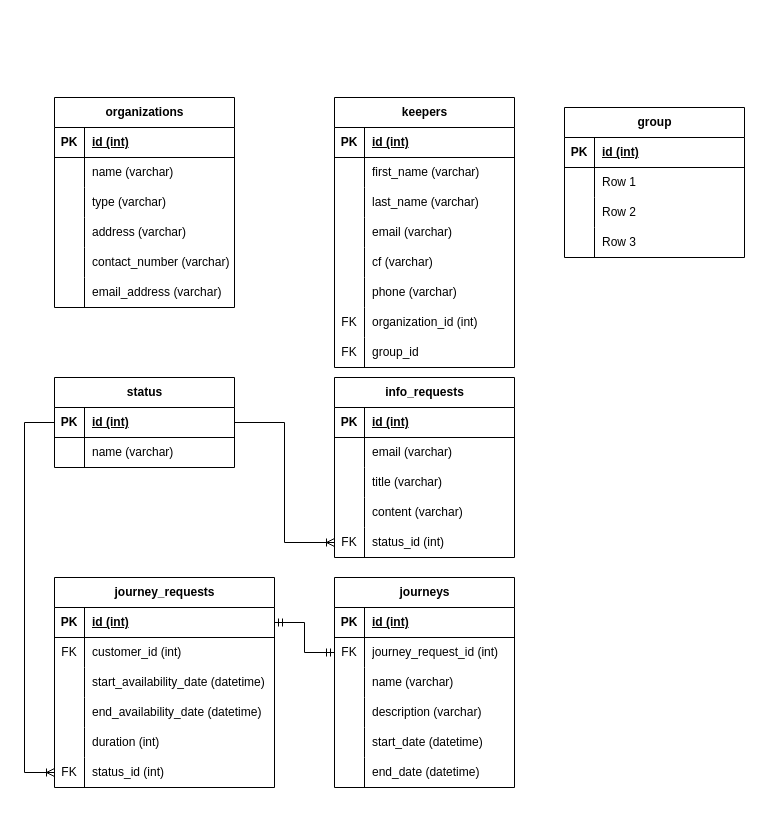
MauroPacenti/CC-Education keeps this draw.io diagram as documentation/backend/blueprints/database/CC-Education.drawio. Above is the earlier version. Source tidied: cells renumbered, new cells numbered last; positions are measured from the earlier drawing's top-left corner, leaving out a move shared by most shapes. Both pictures are drawn from the tidied source at 100%, with x=0, y=0 at pixel (24, 97).
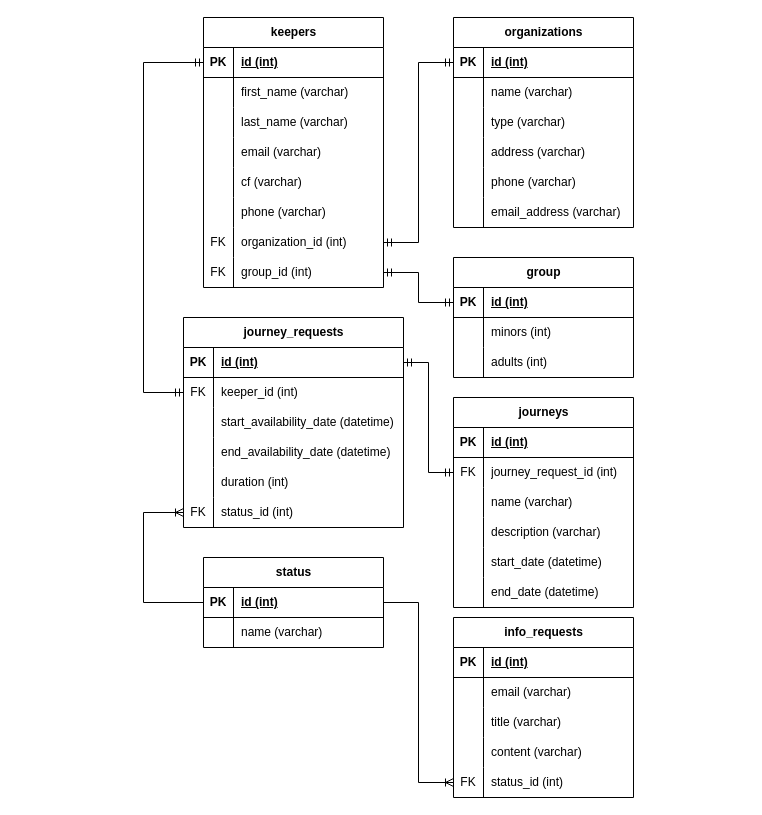
After the change.

Commit message:
Database blueprint CC-Education ready to prototype

The change refers to these unchanged cells:
```xml
<mxCell id="22" style="shape=tableRow;horizontal=0;startSize=0;swimlaneHead=0;swimlaneBody=0;fillColor=none;points=[[0,0.5],[1,0.5]];portConstraint=eastwest;top=0;left=0;right=0;bottom=1;" parent="21" vertex="1">
  <mxGeometry y="30" width="180" height="30" as="geometry" />
</mxCell>
<mxCell id="34" style="shape=tableRow;horizontal=0;startSize=0;swimlaneHead=0;swimlaneBody=0;fillColor=none;top=0;left=0;right=0;bottom=0;" parent="21" vertex="1">
  <mxGeometry y="150" width="180" height="30" as="geometry" />
</mxCell>
<mxCell id="57" style="shape=tableRow;horizontal=0;startSize=0;swimlaneHead=0;swimlaneBody=0;fillColor=none;points=[[0,0.5],[1,0.5]];portConstraint=eastwest;top=0;left=0;right=0;bottom=1;" parent="56" vertex="1">
  <mxGeometry y="30" width="180" height="30" as="geometry" />
</mxCell>
<mxCell id="75" style="shape=tableRow;horizontal=0;startSize=0;swimlaneHead=0;swimlaneBody=0;fillColor=none;points=[[0,0.5],[1,0.5]];portConstraint=eastwest;top=0;left=0;right=0;bottom=0;" parent="56" vertex="1">
  <mxGeometry y="210" width="180" height="30" as="geometry" />
</mxCell>
<mxCell id="78" style="shape=tableRow;horizontal=0;startSize=0;swimlaneHead=0;swimlaneBody=0;fillColor=none;points=[[0,0.5],[1,0.5]];portConstraint=eastwest;top=0;left=0;right=0;bottom=0;" parent="56" vertex="1">
  <mxGeometry y="240" width="180" height="30" as="geometry" />
</mxCell>
<mxCell id="85" style="shape=tableRow;horizontal=0;startSize=0;swimlaneHead=0;swimlaneBody=0;fillColor=none;points=[[0,0.5],[1,0.5]];portConstraint=eastwest;top=0;left=0;right=0;bottom=0;" parent="81" vertex="1">
  <mxGeometry y="60" width="220" height="30" as="geometry" />
</mxCell>
<mxCell id="97" style="shape=tableRow;horizontal=0;startSize=0;swimlaneHead=0;swimlaneBody=0;fillColor=none;points=[[0,0.5],[1,0.5]];portConstraint=eastwest;top=0;left=0;right=0;bottom=0;" parent="81" vertex="1">
  <mxGeometry y="180" width="220" height="30" as="geometry" />
</mxCell>
<mxCell id="101" style="shape=tableRow;horizontal=0;startSize=0;swimlaneHead=0;swimlaneBody=0;fillColor=none;points=[[0,0.5],[1,0.5]];portConstraint=eastwest;top=0;left=0;right=0;bottom=1;" parent="100" vertex="1">
  <mxGeometry y="30" width="180" height="30" as="geometry" />
</mxCell>
<mxCell id="111" style="shape=tableRow;horizontal=0;startSize=0;swimlaneHead=0;swimlaneBody=0;fillColor=none;points=[[0,0.5],[1,0.5]];portConstraint=eastwest;top=0;left=0;right=0;bottom=1;" parent="110" vertex="1">
  <mxGeometry y="30" width="180" height="30" as="geometry" />
</mxCell>
<mxCell id="114" style="shape=tableRow;horizontal=0;startSize=0;swimlaneHead=0;swimlaneBody=0;fillColor=none;top=0;left=0;right=0;bottom=0;" parent="110" vertex="1">
  <mxGeometry y="60" width="180" height="30" as="geometry" />
</mxCell>
<mxCell id="117" style="shape=tableRow;horizontal=0;startSize=0;swimlaneHead=0;swimlaneBody=0;fillColor=none;top=0;left=0;right=0;bottom=0;" parent="110" vertex="1">
  <mxGeometry y="90" width="180" height="30" as="geometry" />
</mxCell>
```

What changed in the source:
```diff
@@
     <mxCell id="2" value="journeys" style="shape=table;startSize=30;childLayout=tableLayout;rowLines=0;fontStyle=1;align=center;html=1;" parent="1" vertex="1">
-      <mxGeometry x="310" y="480" width="180" height="210" as="geometry" />
+      <mxGeometry x="429" y="300" width="180" height="210" as="geometry" />
     </mxCell>
@@
     <mxCell id="21" value="organizations" style="shape=table;startSize=30;childLayout=tableLayout;rowLines=0;fontStyle=1;align=center;html=1;" parent="1" vertex="1">
-      <mxGeometry x="30" width="180" height="210" as="geometry" />
+      <mxGeometry x="429" y="-80" width="180" height="210" as="geometry" />
     </mxCell>
@@
-    <mxCell id="36" value="contact_number (varchar)" style="shape=partialRectangle;fillColor=none;top=0;left=0;bottom=0;right=0;align=left;spacingLeft=6;overflow=hidden;whiteSpace=wrap;html=1;" parent="34" vertex="1">
+    <mxCell id="36" value="phone (varchar)" style="shape=partialRectangle;fillColor=none;top=0;left=0;bottom=0;right=0;align=left;spacingLeft=6;overflow=hidden;whiteSpace=wrap;html=1;" parent="34" vertex="1">
       <mxGeometry x="30" width="150" height="30" as="geometry" />
     </mxCell>
@@
     <mxCell id="40" value="info_requests" style="shape=table;startSize=30;childLayout=tableLayout;rowLines=0;fontStyle=1;align=center;html=1;" parent="1" vertex="1">
-      <mxGeometry x="310" y="280" width="180" height="180" as="geometry" />
+      <mxGeometry x="429" y="520" width="180" height="180" as="geometry" />
     </mxCell>
@@
     <mxCell id="56" value="keepers" style="shape=table;startSize=30;childLayout=tableLayout;rowLines=0;fontStyle=1;align=center;html=1;" parent="1" vertex="1">
-      <mxGeometry x="310" width="180" height="270" as="geometry" />
+      <mxGeometry x="179" y="-80" width="180" height="270" as="geometry" />
     </mxCell>
@@
-    <mxCell id="80" value="group_id" style="shape=partialRectangle;fillColor=none;top=0;left=0;bottom=0;right=0;align=left;spacingLeft=6;overflow=hidden;whiteSpace=wrap;html=1;" parent="78" vertex="1">
+    <mxCell id="80" value="group_id (int)" style="shape=partialRectangle;fillColor=none;top=0;left=0;bottom=0;right=0;align=left;spacingLeft=6;overflow=hidden;whiteSpace=wrap;html=1;" parent="78" vertex="1">
       <mxGeometry x="30" width="150" height="30" as="geometry" />
     </mxCell>
     <mxCell id="81" value="journey_requests" style="shape=table;startSize=30;childLayout=tableLayout;rowLines=0;fontStyle=1;align=center;html=1;" parent="1" vertex="1">
-      <mxGeometry x="30" y="480" width="220" height="210" as="geometry" />
+      <mxGeometry x="159" y="220" width="220" height="210" as="geometry" />
     </mxCell>
@@
-    <mxCell id="87" value="customer_id (int)" style="shape=partialRectangle;fillColor=none;top=0;left=0;bottom=0;right=0;align=left;spacingLeft=6;overflow=hidden;whiteSpace=wrap;html=1;" parent="85" vertex="1">
+    <mxCell id="87" value="keeper_id (int)" style="shape=partialRectangle;fillColor=none;top=0;left=0;bottom=0;right=0;align=left;spacingLeft=6;overflow=hidden;whiteSpace=wrap;html=1;" parent="85" vertex="1">
       <mxGeometry x="30" width="190" height="30" as="geometry" />
     </mxCell>
@@
     <mxCell id="100" value="status" style="shape=table;startSize=30;childLayout=tableLayout;rowLines=0;fontStyle=1;align=center;html=1;" parent="1" vertex="1">
-      <mxGeometry x="30" y="280" width="180" height="90" as="geometry" />
+      <mxGeometry x="179" y="460" width="180" height="90" as="geometry" />
     </mxCell>
@@
     <mxCell id="108" style="edgeStyle=elbowEdgeStyle;fontSize=12;html=1;endArrow=ERoneToMany;rounded=0;exitX=0;exitY=0.5;exitDx=0;exitDy=0;entryX=0;entryY=0.5;entryDx=0;entryDy=0;" parent="1" edge="1" source="101" target="97">
       <mxGeometry relative="1" as="geometry">
         <Array as="points">
-          <mxPoint y="470" />
+          <mxPoint x="119" y="290" />
         </Array>
       </mxGeometry>
     </mxCell>
@@
     <mxCell id="110" value="group" style="shape=table;startSize=30;childLayout=tableLayout;rowLines=0;fontStyle=1;align=center;html=1;" parent="1" vertex="1">
-      <mxGeometry x="540" y="10" width="180" height="150" as="geometry" />
+      <mxGeometry x="429" y="160" width="180" height="120" as="geometry" />
     </mxCell>
@@
-    <mxCell id="116" value="Row 1" style="shape=partialRectangle;fillColor=none;top=0;left=0;bottom=0;right=0;align=left;spacingLeft=6;overflow=hidden;whiteSpace=wrap;html=1;" parent="114" vertex="1">
+    <mxCell id="116" value="minors (int)" style="shape=partialRectangle;fillColor=none;top=0;left=0;bottom=0;right=0;align=left;spacingLeft=6;overflow=hidden;whiteSpace=wrap;html=1;" parent="114" vertex="1">
       <mxGeometry x="30" width="150" height="30" as="geometry" />
     </mxCell>
@@
-    <mxCell id="119" value="Row 2" style="shape=partialRectangle;fillColor=none;top=0;left=0;bottom=0;right=0;align=left;spacingLeft=6;overflow=hidden;whiteSpace=wrap;html=1;" parent="117" vertex="1">
+    <mxCell id="119" value="adults (int)" style="shape=partialRectangle;fillColor=none;top=0;left=0;bottom=0;right=0;align=left;spacingLeft=6;overflow=hidden;whiteSpace=wrap;html=1;" parent="117" vertex="1">
       <mxGeometry x="30" width="150" height="30" as="geometry" />
     </mxCell>
-    <mxCell id="120" style="shape=tableRow;horizontal=0;startSize=0;swimlaneHead=0;swimlaneBody=0;fillColor=none;top=0;left=0;right=0;bottom=0;" parent="110" vertex="1">
-      <mxGeometry y="120" width="180" height="30" as="geometry" />
-    </mxCell>
-    <mxCell id="121" style="shape=partialRectangle;fillColor=none;top=0;left=0;bottom=0;right=0;overflow=hidden;whiteSpace=wrap;html=1;" parent="120" vertex="1">
-      <mxGeometry width="30" height="30" as="geometry" />
-    </mxCell>
-    <mxCell id="122" value="Row 3" style="shape=partialRectangle;fillColor=none;top=0;left=0;bottom=0;right=0;align=left;spacingLeft=6;overflow=hidden;whiteSpace=wrap;html=1;" parent="120" vertex="1">
-      <mxGeometry x="30" width="150" height="30" as="geometry" />
-    </mxCell>
+    <mxCell id="123" style="edgeStyle=elbowEdgeStyle;fontSize=12;html=1;endArrow=ERmandOne;startArrow=ERmandOne;rounded=0;exitX=0;exitY=0.5;exitDx=0;exitDy=0;entryX=1;entryY=0.5;entryDx=0;entryDy=0;" parent="1" edge="1" source="22" target="75">
+      <mxGeometry relative="1" as="geometry" />
+    </mxCell>
+    <mxCell id="124" style="edgeStyle=elbowEdgeStyle;fontSize=12;html=1;endArrow=ERmandOne;startArrow=ERmandOne;rounded=0;exitX=0;exitY=0.5;exitDx=0;exitDy=0;entryX=1;entryY=0.5;entryDx=0;entryDy=0;" parent="1" edge="1" source="111" target="78">
+      <mxGeometry relative="1" as="geometry" />
+    </mxCell>
+    <mxCell id="125" style="edgeStyle=elbowEdgeStyle;fontSize=12;html=1;endArrow=ERmandOne;startArrow=ERmandOne;rounded=0;entryX=0;entryY=0.5;entryDx=0;entryDy=0;exitX=0;exitY=0.5;exitDx=0;exitDy=0;" parent="1" edge="1" source="85" target="57">
+      <mxGeometry relative="1" as="geometry">
+        <Array as="points">
+          <mxPoint x="119" y="150" />
+        </Array>
+      </mxGeometry>
+    </mxCell>
```
